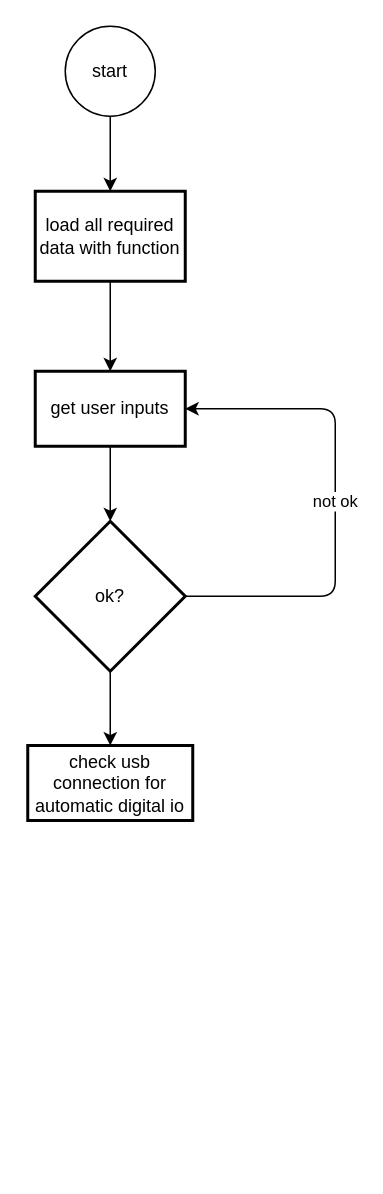
Above: project_2.drawio in qmep/flowchart (draw.io), before the change. Source tidied: cells renumbered, new cells numbered last; positions are measured from the earlier drawing's top-left corner, leaving out a move shared by most shapes. Both pictures are drawn from the tidied source at 150%, with x=0, y=0 at pixel (27, 26).
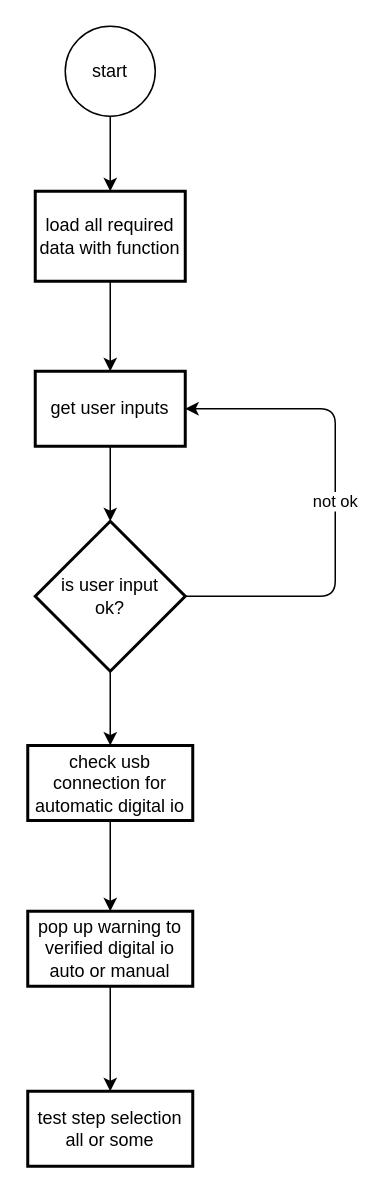
Above is the later version.

The edit, as a diff of the source:
```diff
@@
 <mxGraphModel>
   <root>
     <mxCell id="0" />
     <mxCell id="1" parent="0" />
     <mxCell id="2" style="edgeStyle=orthogonalEdgeStyle;jettySize=auto;html=1;entryX=0.5;entryY=0;entryDx=0;entryDy=0;" parent="1" edge="1" source="3" target="5">
       <mxGeometry relative="1" as="geometry" />
     </mxCell>
     <mxCell id="3" value="start" style="ellipse;whiteSpace=wrap;html=1;" parent="1" vertex="1">
       <mxGeometry x="25" width="60" height="60" as="geometry" />
     </mxCell>
     <mxCell id="4" style="edgeStyle=orthogonalEdgeStyle;jettySize=auto;html=1;entryX=0.5;entryY=0;entryDx=0;entryDy=0;" parent="1" edge="1" source="5" target="7">
       <mxGeometry relative="1" as="geometry" />
     </mxCell>
     <mxCell id="5" value="load all required data with function" style="whiteSpace=wrap;html=1;absoluteArcSize=1;arcSize=14;strokeWidth=2;" parent="1" vertex="1">
       <mxGeometry x="5" y="110" width="100" height="60" as="geometry" />
     </mxCell>
     <mxCell id="6" style="edgeStyle=orthogonalEdgeStyle;jettySize=auto;html=1;entryX=0.5;entryY=0;entryDx=0;entryDy=0;entryPerimeter=0;" parent="1" edge="1" source="7" target="10">
       <mxGeometry relative="1" as="geometry" />
     </mxCell>
     <mxCell id="7" value="get user inputs" style="whiteSpace=wrap;html=1;absoluteArcSize=1;arcSize=14;strokeWidth=2;" parent="1" vertex="1">
       <mxGeometry x="5" y="230" width="100" height="50" as="geometry" />
     </mxCell>
     <mxCell id="8" value="not ok" style="edgeStyle=orthogonalEdgeStyle;jettySize=auto;html=1;exitX=1;exitY=0.5;exitDx=0;exitDy=0;exitPerimeter=0;entryX=1;entryY=0.5;entryDx=0;entryDy=0;" parent="1" edge="1" source="10" target="7">
       <mxGeometry relative="1" as="geometry">
         <Array as="points">
           <mxPoint x="205" y="380" />
           <mxPoint x="205" y="255" />
         </Array>
       </mxGeometry>
     </mxCell>
     <mxCell id="9" style="edgeStyle=orthogonalEdgeStyle;rounded=0;jettySize=auto;html=1;entryX=0.5;entryY=0;entryDx=0;entryDy=0;" parent="1" edge="1" source="10" target="11">
       <mxGeometry relative="1" as="geometry" />
     </mxCell>
-    <mxCell id="10" value="ok?" style="strokeWidth=2;html=1;shape=mxgraph.flowchart.decision;whiteSpace=wrap;" parent="1" vertex="1">
+    <mxCell id="10" value="is user input &lt;br&gt;ok?" style="strokeWidth=2;html=1;shape=mxgraph.flowchart.decision;whiteSpace=wrap;" parent="1" vertex="1">
       <mxGeometry x="5" y="330" width="100" height="100" as="geometry" />
     </mxCell>
+    <mxCell id="12" style="edgeStyle=orthogonalEdgeStyle;rounded=0;jettySize=auto;html=1;entryX=0.5;entryY=0;entryDx=0;entryDy=0;" parent="1" edge="1" source="11" target="14">
+      <mxGeometry relative="1" as="geometry" />
+    </mxCell>
     <mxCell id="11" value="check usb connection for automatic digital io" style="whiteSpace=wrap;html=1;absoluteArcSize=1;arcSize=14;strokeWidth=2;align=center;" parent="1" vertex="1">
       <mxGeometry y="479.5" width="110" height="50" as="geometry" />
     </mxCell>
+    <mxCell id="13" style="edgeStyle=orthogonalEdgeStyle;rounded=0;jettySize=auto;html=1;entryX=0.5;entryY=0;entryDx=0;entryDy=0;" parent="1" edge="1" source="14" target="15">
+      <mxGeometry relative="1" as="geometry" />
+    </mxCell>
+    <mxCell id="14" value="pop up warning to verified digital io auto or manual" style="whiteSpace=wrap;html=1;absoluteArcSize=1;arcSize=14;strokeWidth=2;align=center;" parent="1" vertex="1">
+      <mxGeometry y="590" width="110" height="50" as="geometry" />
+    </mxCell>
+    <mxCell id="15" value="test step selection&lt;br&gt;all or some" style="whiteSpace=wrap;html=1;absoluteArcSize=1;arcSize=14;strokeWidth=2;align=center;" parent="1" vertex="1">
+      <mxGeometry y="710" width="110" height="50" as="geometry" />
+    </mxCell>
   </root>
 </mxGraphModel>
```
